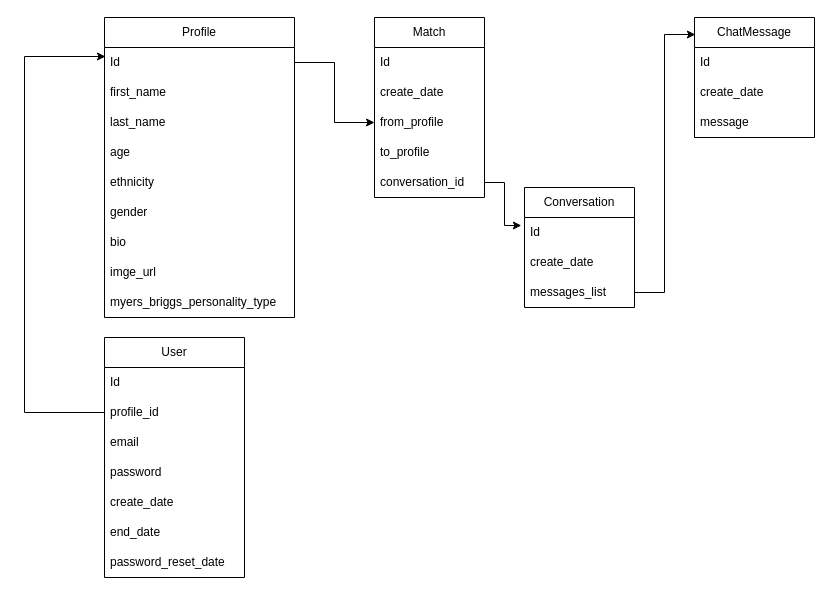
The draw.io diagram src/main/resources/TinderAiDbdrawio.drawio in jclucasasp/loving-ai-backend, before the edit. Source tidied: cells renumbered, new cells numbered last; positions are measured from the earlier drawing's top-left corner, leaving out a move shared by most shapes. Both pictures are drawn from the tidied source at 100%, with x=0, y=0 at pixel (24, 17).
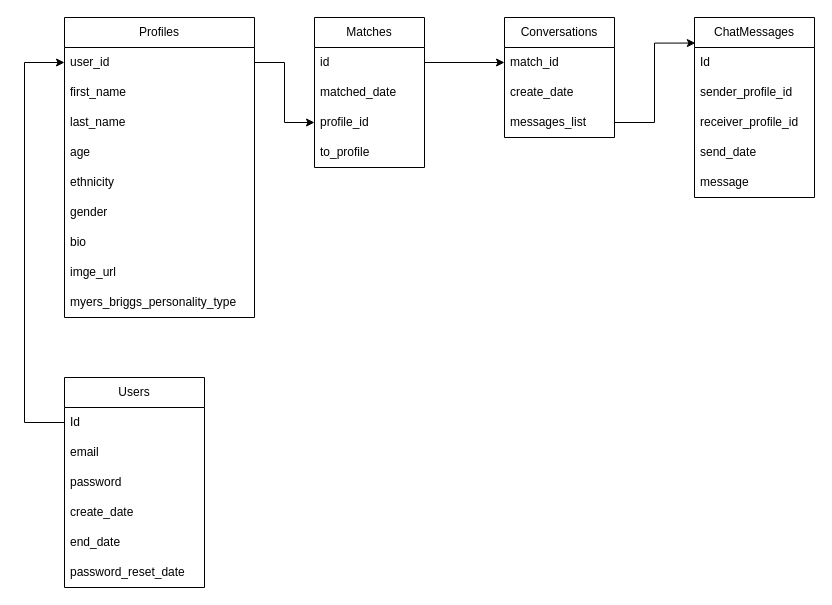
The same page after the edit.

The change refers to these unchanged cells:
```xml
<mxCell id="30" value="Id" style="text;strokeColor=none;fillColor=none;align=left;verticalAlign=middle;spacingLeft=4;spacingRight=4;overflow=hidden;points=[[0,0.5],[1,0.5]];portConstraint=eastwest;whiteSpace=wrap;html=1;" parent="29" vertex="1">
  <mxGeometry y="30" width="140" height="30" as="geometry" />
</mxCell>
```

The edit, as a diff of the source:
```diff
@@
-    <mxCell id="2" value="Profile" style="swimlane;fontStyle=0;horizontal=1;startSize=30;whiteSpace=wrap;html=1;" parent="1" vertex="1">
-      <mxGeometry x="80" width="190" height="300" as="geometry" />
+    <mxCell id="2" value="Profiles" style="swimlane;fontStyle=0;horizontal=1;startSize=30;whiteSpace=wrap;html=1;" parent="1" vertex="1">
+      <mxGeometry x="40" width="190" height="300" as="geometry" />
     </mxCell>
-    <mxCell id="3" value="Id" style="text;strokeColor=none;fillColor=none;align=left;verticalAlign=middle;spacingLeft=4;spacingRight=4;overflow=hidden;points=[[0,0.5],[1,0.5]];portConstraint=eastwest;whiteSpace=wrap;html=1;" parent="2" vertex="1">
-      <mxGeometry y="30" width="190" height="30" as="geometry" />
-    </mxCell>
+    <mxCell id="38" value="user_id" style="text;strokeColor=none;fillColor=none;align=left;verticalAlign=middle;spacingLeft=4;spacingRight=4;overflow=hidden;points=[[0,0.5],[1,0.5]];portConstraint=eastwest;whiteSpace=wrap;html=1;" parent="2" vertex="1">
+      <mxGeometry y="30" width="190" height="30" as="geometry" />
+    </mxCell>
@@
-    <mxCell id="12" value="Match" style="swimlane;fontStyle=0;horizontal=1;startSize=30;whiteSpace=wrap;html=1;" parent="1" vertex="1">
-      <mxGeometry x="350" width="110" height="180" as="geometry" />
+    <mxCell id="12" value="Matches" style="swimlane;fontStyle=0;horizontal=1;startSize=30;whiteSpace=wrap;html=1;" parent="1" vertex="1">
+      <mxGeometry x="290" width="110" height="150" as="geometry" />
     </mxCell>
+    <mxCell id="16" value="id&lt;br&gt;" style="text;strokeColor=none;fillColor=none;align=left;verticalAlign=middle;spacingLeft=4;spacingRight=4;overflow=hidden;points=[[0,0.5],[1,0.5]];portConstraint=eastwest;whiteSpace=wrap;html=1;" parent="12" vertex="1">
+      <mxGeometry y="30" width="110" height="30" as="geometry" />
+    </mxCell>
+    <mxCell id="14" value="matched_date" style="text;strokeColor=none;fillColor=none;align=left;verticalAlign=middle;spacingLeft=4;spacingRight=4;overflow=hidden;whiteSpace=wrap;html=1;" parent="12" vertex="1">
+      <mxGeometry y="60" width="110" height="30" as="geometry" />
+    </mxCell>
-    <mxCell id="13" value="Id" style="text;strokeColor=none;fillColor=none;align=left;verticalAlign=middle;spacingLeft=4;spacingRight=4;overflow=hidden;points=[[0,0.5],[1,0.5]];portConstraint=eastwest;whiteSpace=wrap;html=1;" parent="12" vertex="1">
-      <mxGeometry y="30" width="110" height="30" as="geometry" />
+    <mxCell id="13" value="profile_id" style="text;strokeColor=none;fillColor=none;align=left;verticalAlign=middle;spacingLeft=4;spacingRight=4;overflow=hidden;points=[[0,0.5],[1,0.5]];portConstraint=eastwest;whiteSpace=wrap;html=1;" parent="12" vertex="1">
+      <mxGeometry y="90" width="110" height="30" as="geometry" />
     </mxCell>
-    <mxCell id="14" value="create_date" style="text;strokeColor=none;fillColor=none;align=left;verticalAlign=middle;spacingLeft=4;spacingRight=4;overflow=hidden;whiteSpace=wrap;html=1;" parent="12" vertex="1">
-      <mxGeometry y="60" width="110" height="30" as="geometry" />
-    </mxCell>
-    <mxCell id="15" value="from_profile" style="text;strokeColor=none;fillColor=none;align=left;verticalAlign=middle;spacingLeft=4;spacingRight=4;overflow=hidden;points=[[0,0.5],[1,0.5]];portConstraint=eastwest;whiteSpace=wrap;html=1;" parent="12" vertex="1">
-      <mxGeometry y="90" width="110" height="30" as="geometry" />
-    </mxCell>
-    <mxCell id="16" value="to_profile" style="text;strokeColor=none;fillColor=none;align=left;verticalAlign=middle;spacingLeft=4;spacingRight=4;overflow=hidden;points=[[0,0.5],[1,0.5]];portConstraint=eastwest;whiteSpace=wrap;html=1;" parent="12" vertex="1">
-      <mxGeometry y="120" width="110" height="30" as="geometry" />
-    </mxCell>
-    <mxCell id="17" value="conversation_id" style="text;strokeColor=none;fillColor=none;align=left;verticalAlign=middle;spacingLeft=4;spacingRight=4;overflow=hidden;points=[[0,0.5],[1,0.5]];portConstraint=eastwest;whiteSpace=wrap;html=1;" parent="12" vertex="1">
-      <mxGeometry y="150" width="110" height="30" as="geometry" />
-    </mxCell>
+    <mxCell id="39" value="to_profile" style="text;strokeColor=none;fillColor=none;align=left;verticalAlign=middle;spacingLeft=4;spacingRight=4;overflow=hidden;whiteSpace=wrap;html=1;" parent="12" vertex="1">
+      <mxGeometry y="120" width="110" height="30" as="geometry" />
+    </mxCell>
-    <mxCell id="18" value="Conversation" style="swimlane;fontStyle=0;horizontal=1;startSize=30;whiteSpace=wrap;html=1;" parent="1" vertex="1">
-      <mxGeometry x="500" y="170" width="110" height="120" as="geometry" />
+    <mxCell id="18" value="Conversations" style="swimlane;fontStyle=0;horizontal=1;startSize=30;whiteSpace=wrap;html=1;" parent="1" vertex="1">
+      <mxGeometry x="480" width="110" height="120" as="geometry" />
     </mxCell>
-    <mxCell id="19" value="Id" style="text;strokeColor=none;fillColor=none;align=left;verticalAlign=middle;spacingLeft=4;spacingRight=4;overflow=hidden;points=[[0,0.5],[1,0.5]];portConstraint=eastwest;whiteSpace=wrap;html=1;" parent="18" vertex="1">
+    <mxCell id="19" value="match_id" style="text;strokeColor=none;fillColor=none;align=left;verticalAlign=middle;spacingLeft=4;spacingRight=4;overflow=hidden;points=[[0,0.5],[1,0.5]];portConstraint=eastwest;whiteSpace=wrap;html=1;" parent="18" vertex="1">
       <mxGeometry y="30" width="110" height="30" as="geometry" />
     </mxCell>
@@
-    <mxCell id="22" value="ChatMessage" style="swimlane;fontStyle=0;horizontal=1;startSize=30;whiteSpace=wrap;html=1;" parent="1" vertex="1">
-      <mxGeometry x="670" width="120" height="120" as="geometry" />
+    <mxCell id="22" value="ChatMessages" style="swimlane;fontStyle=0;horizontal=1;startSize=30;whiteSpace=wrap;html=1;" parent="1" vertex="1">
+      <mxGeometry x="670" width="120" height="180" as="geometry" />
     </mxCell>
@@
+    <mxCell id="40" value="sender_profile_id" style="text;strokeColor=none;fillColor=none;align=left;verticalAlign=middle;spacingLeft=4;spacingRight=4;overflow=hidden;whiteSpace=wrap;html=1;" parent="22" vertex="1">
+      <mxGeometry y="60" width="120" height="30" as="geometry" />
+    </mxCell>
+    <mxCell id="41" value="receiver_profile_id" style="text;strokeColor=none;fillColor=none;align=left;verticalAlign=middle;spacingLeft=4;spacingRight=4;overflow=hidden;whiteSpace=wrap;html=1;" parent="22" vertex="1">
+      <mxGeometry y="90" width="120" height="30" as="geometry" />
+    </mxCell>
-    <mxCell id="24" value="create_date" style="text;strokeColor=none;fillColor=none;align=left;verticalAlign=middle;spacingLeft=4;spacingRight=4;overflow=hidden;whiteSpace=wrap;html=1;" parent="22" vertex="1">
-      <mxGeometry y="60" width="120" height="30" as="geometry" />
+    <mxCell id="24" value="send_date" style="text;strokeColor=none;fillColor=none;align=left;verticalAlign=middle;spacingLeft=4;spacingRight=4;overflow=hidden;whiteSpace=wrap;html=1;" parent="22" vertex="1">
+      <mxGeometry y="120" width="120" height="30" as="geometry" />
     </mxCell>
     <mxCell id="25" value="message" style="text;strokeColor=none;fillColor=none;align=left;verticalAlign=middle;spacingLeft=4;spacingRight=4;overflow=hidden;whiteSpace=wrap;html=1;" parent="22" vertex="1">
-      <mxGeometry y="90" width="120" height="30" as="geometry" />
+      <mxGeometry y="150" width="120" height="30" as="geometry" />
     </mxCell>
-    <mxCell id="26" style="edgeStyle=orthogonalEdgeStyle;rounded=0;jettySize=auto;html=1;entryX=-0.029;entryY=0.267;entryDx=0;entryDy=0;entryPerimeter=0;" parent="1" edge="1" source="17" target="19">
-      <mxGeometry relative="1" as="geometry" />
-    </mxCell>
-    <mxCell id="27" style="edgeStyle=orthogonalEdgeStyle;rounded=0;jettySize=auto;html=1;entryX=0;entryY=0.5;entryDx=0;entryDy=0;" parent="1" edge="1" source="3" target="15">
-      <mxGeometry relative="1" as="geometry" />
-    </mxCell>
@@
-    <mxCell id="29" value="User" style="swimlane;fontStyle=0;horizontal=1;startSize=30;whiteSpace=wrap;html=1;" parent="1" vertex="1">
-      <mxGeometry x="80" y="320" width="140" height="240" as="geometry" />
+    <mxCell id="29" value="Users" style="swimlane;fontStyle=0;horizontal=1;startSize=30;whiteSpace=wrap;html=1;" parent="1" vertex="1">
+      <mxGeometry x="40" y="360" width="140" height="210" as="geometry" />
     </mxCell>
@@
-    <mxCell id="31" value="profile_id" style="text;strokeColor=none;fillColor=none;align=left;verticalAlign=middle;spacingLeft=4;spacingRight=4;overflow=hidden;points=[[0,0.5],[1,0.5]];portConstraint=eastwest;whiteSpace=wrap;html=1;" parent="29" vertex="1">
-      <mxGeometry y="60" width="140" height="30" as="geometry" />
-    </mxCell>
     <mxCell id="32" value="email&lt;span style=&quot;white-space: pre;&quot;&gt;&#9;&lt;/span&gt;" style="text;strokeColor=none;fillColor=none;align=left;verticalAlign=middle;spacingLeft=4;spacingRight=4;overflow=hidden;whiteSpace=wrap;html=1;" parent="29" vertex="1">
-      <mxGeometry y="90" width="140" height="30" as="geometry" />
+      <mxGeometry y="60" width="140" height="30" as="geometry" />
     </mxCell>
     <mxCell id="33" value="password" style="text;strokeColor=none;fillColor=none;align=left;verticalAlign=middle;spacingLeft=4;spacingRight=4;overflow=hidden;whiteSpace=wrap;html=1;" parent="29" vertex="1">
-      <mxGeometry y="120" width="140" height="30" as="geometry" />
+      <mxGeometry y="90" width="140" height="30" as="geometry" />
     </mxCell>
     <mxCell id="34" value="create_date" style="text;strokeColor=none;fillColor=none;align=left;verticalAlign=middle;spacingLeft=4;spacingRight=4;overflow=hidden;whiteSpace=wrap;html=1;" parent="29" vertex="1">
-      <mxGeometry y="150" width="140" height="30" as="geometry" />
+      <mxGeometry y="120" width="140" height="30" as="geometry" />
     </mxCell>
     <mxCell id="35" value="end_date" style="text;strokeColor=none;fillColor=none;align=left;verticalAlign=middle;spacingLeft=4;spacingRight=4;overflow=hidden;whiteSpace=wrap;html=1;" parent="29" vertex="1">
-      <mxGeometry y="180" width="140" height="30" as="geometry" />
+      <mxGeometry y="150" width="140" height="30" as="geometry" />
     </mxCell>
     <mxCell id="36" value="password_reset_date" style="text;strokeColor=none;fillColor=none;align=left;verticalAlign=middle;spacingLeft=4;spacingRight=4;overflow=hidden;whiteSpace=wrap;html=1;" parent="29" vertex="1">
-      <mxGeometry y="210" width="140" height="30" as="geometry" />
+      <mxGeometry y="180" width="140" height="30" as="geometry" />
     </mxCell>
-    <mxCell id="37" style="edgeStyle=orthogonalEdgeStyle;rounded=0;jettySize=auto;html=1;entryX=0.005;entryY=0.3;entryDx=0;entryDy=0;entryPerimeter=0;" parent="1" edge="1" source="31" target="3">
-      <mxGeometry relative="1" as="geometry">
-        <Array as="points">
-          <mxPoint y="395" />
-          <mxPoint y="39" />
-        </Array>
-      </mxGeometry>
-    </mxCell>
+    <mxCell id="42" style="edgeStyle=orthogonalEdgeStyle;rounded=0;jettySize=auto;html=1;entryX=0;entryY=0.5;entryDx=0;entryDy=0;" parent="1" edge="1" source="16" target="19">
+      <mxGeometry relative="1" as="geometry" />
+    </mxCell>
+    <mxCell id="43" style="edgeStyle=orthogonalEdgeStyle;rounded=0;jettySize=auto;html=1;entryX=0;entryY=0.5;entryDx=0;entryDy=0;" parent="1" edge="1" source="38" target="13">
+      <mxGeometry relative="1" as="geometry" />
+    </mxCell>
+    <mxCell id="44" style="edgeStyle=orthogonalEdgeStyle;rounded=0;jettySize=auto;html=1;entryX=0;entryY=0.5;entryDx=0;entryDy=0;" parent="1" edge="1" source="30" target="38">
+      <mxGeometry relative="1" as="geometry">
+        <Array as="points">
+          <mxPoint y="405" />
+          <mxPoint y="45" />
+        </Array>
+      </mxGeometry>
+    </mxCell>
```
